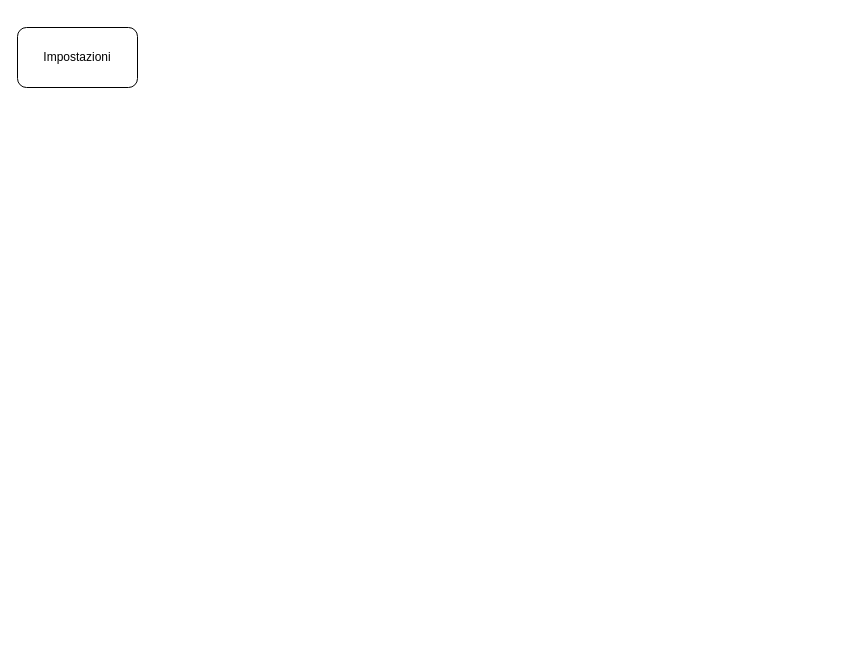
Above: page "Impostazioni" (3 of 5) of Documentazione/Design_architettura.drawio in LuMug/VirtualPainter (draw.io), before the change. Source tidied: cells renumbered, new cells numbered last; positions are measured from the earlier drawing's top-left corner, leaving out a move shared by most shapes. Both pictures are drawn from the tidied source at 100%, with x=0, y=0 at pixel (17, 27).
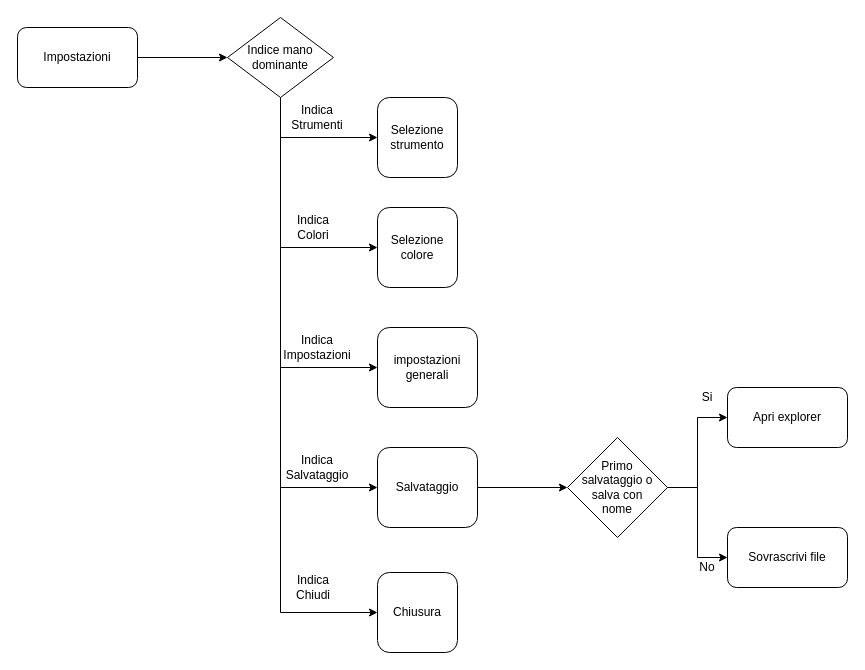
Above is the later version.

The change refers to these unchanged cells:
```xml
<mxCell id="2" value="Impostazioni" style="rounded=1;whiteSpace=wrap;html=1;" parent="1" vertex="1">
  <mxGeometry width="120" height="60" as="geometry" />
</mxCell>
```

What changed in the source:
```diff
@@
+    <mxCell id="3" style="edgeStyle=orthogonalEdgeStyle;rounded=0;jettySize=auto;html=1;entryX=0;entryY=0.5;entryDx=0;entryDy=0;" parent="1" edge="1" source="2" target="9">
+      <mxGeometry relative="1" as="geometry" />
+    </mxCell>
@@
+    <mxCell id="4" style="edgeStyle=orthogonalEdgeStyle;rounded=0;jettySize=auto;html=1;entryX=0;entryY=0.5;entryDx=0;entryDy=0;exitX=0.5;exitY=1;exitDx=0;exitDy=0;" parent="1" edge="1" source="9" target="10">
+      <mxGeometry relative="1" as="geometry" />
+    </mxCell>
+    <mxCell id="5" style="edgeStyle=orthogonalEdgeStyle;rounded=0;jettySize=auto;html=1;entryX=0;entryY=0.5;entryDx=0;entryDy=0;exitX=0.5;exitY=1;exitDx=0;exitDy=0;" parent="1" edge="1" source="9" target="11">
+      <mxGeometry relative="1" as="geometry" />
+    </mxCell>
+    <mxCell id="6" style="edgeStyle=orthogonalEdgeStyle;rounded=0;jettySize=auto;html=1;entryX=0;entryY=0.5;entryDx=0;entryDy=0;" parent="1" edge="1" target="12">
+      <mxGeometry relative="1" as="geometry">
+        <mxPoint x="263" y="80" as="sourcePoint" />
+        <Array as="points">
+          <mxPoint x="263" y="340" />
+        </Array>
+      </mxGeometry>
+    </mxCell>
+    <mxCell id="7" style="edgeStyle=orthogonalEdgeStyle;rounded=0;jettySize=auto;html=1;entryX=0;entryY=0.5;entryDx=0;entryDy=0;exitX=0.5;exitY=1;exitDx=0;exitDy=0;" parent="1" edge="1" source="9" target="14">
+      <mxGeometry relative="1" as="geometry" />
+    </mxCell>
+    <mxCell id="8" style="edgeStyle=orthogonalEdgeStyle;rounded=0;jettySize=auto;html=1;entryX=0;entryY=0.5;entryDx=0;entryDy=0;exitX=0.5;exitY=1;exitDx=0;exitDy=0;" parent="1" edge="1" source="9" target="15">
+      <mxGeometry relative="1" as="geometry" />
+    </mxCell>
+    <mxCell id="9" value="Indice mano dominante" style="rhombus;whiteSpace=wrap;html=1;" parent="1" vertex="1">
+      <mxGeometry x="210" y="-10" width="106" height="80" as="geometry" />
+    </mxCell>
+    <mxCell id="10" value="Selezione strumento" style="rounded=1&#10;;whiteSpace=wrap;html=1;perimeter=rectanglePerimeter;" parent="1" vertex="1">
+      <mxGeometry x="360" y="70" width="80" height="80" as="geometry" />
+    </mxCell>
+    <mxCell id="11" value="Selezione colore" style="rounded=1;whiteSpace=wrap;html=1;" parent="1" vertex="1">
+      <mxGeometry x="360" y="180" width="80" height="80" as="geometry" />
+    </mxCell>
+    <mxCell id="12" value="impostazioni generali" style="rounded=1;whiteSpace=wrap;html=1;" parent="1" vertex="1">
+      <mxGeometry x="360" y="300" width="100" height="80" as="geometry" />
+    </mxCell>
+    <mxCell id="13" style="edgeStyle=orthogonalEdgeStyle;rounded=0;jettySize=auto;html=1;entryX=0;entryY=0.5;entryDx=0;entryDy=0;" parent="1" edge="1" source="14" target="24">
+      <mxGeometry relative="1" as="geometry" />
+    </mxCell>
+    <mxCell id="14" value="Salvataggio" style="rounded=1;whiteSpace=wrap;html=1;" parent="1" vertex="1">
+      <mxGeometry x="360" y="420" width="100" height="80" as="geometry" />
+    </mxCell>
+    <mxCell id="15" value="Chiusura" style="rounded=1;whiteSpace=wrap;html=1;" parent="1" vertex="1">
+      <mxGeometry x="360" y="545" width="80" height="80" as="geometry" />
+    </mxCell>
+    <mxCell id="16" value="Indica Strumenti" style="text;html=1;strokeColor=none;fillColor=none;align=center;verticalAlign=middle;whiteSpace=wrap;rounded=0;" parent="1" vertex="1">
+      <mxGeometry x="280" y="80" width="40" height="20" as="geometry" />
+    </mxCell>
+    <mxCell id="17" value="Indica Colori" style="text;html=1;strokeColor=none;fillColor=none;align=center;verticalAlign=middle;whiteSpace=wrap;rounded=0;" parent="1" vertex="1">
+      <mxGeometry x="276" y="190" width="40" height="20" as="geometry" />
+    </mxCell>
+    <mxCell id="18" value="Indica Impostazioni" style="text;html=1;strokeColor=none;fillColor=none;align=center;verticalAlign=middle;whiteSpace=wrap;rounded=0;" parent="1" vertex="1">
+      <mxGeometry x="280" y="310" width="40" height="20" as="geometry" />
+    </mxCell>
+    <mxCell id="19" style="edgeStyle=orthogonalEdgeStyle;rounded=0;orthogonalLoop=1;jettySize=auto;html=1;exitX=0.5;exitY=1;exitDx=0;exitDy=0;" parent="1" edge="1" source="18" target="18">
+      <mxGeometry relative="1" as="geometry" />
+    </mxCell>
+    <mxCell id="20" value="Indica Salvataggio" style="text;html=1;strokeColor=none;fillColor=none;align=center;verticalAlign=middle;whiteSpace=wrap;rounded=0;" parent="1" vertex="1">
+      <mxGeometry x="280" y="430" width="40" height="20" as="geometry" />
+    </mxCell>
+    <mxCell id="21" value="Indica Chiudi" style="text;html=1;strokeColor=none;fillColor=none;align=center;verticalAlign=middle;whiteSpace=wrap;rounded=0;" parent="1" vertex="1">
+      <mxGeometry x="276" y="550" width="40" height="20" as="geometry" />
+    </mxCell>
+    <mxCell id="22" style="edgeStyle=orthogonalEdgeStyle;rounded=0;jettySize=auto;html=1;entryX=0;entryY=0.5;entryDx=0;entryDy=0;" parent="1" edge="1" source="24" target="25">
+      <mxGeometry relative="1" as="geometry" />
+    </mxCell>
+    <mxCell id="23" style="edgeStyle=orthogonalEdgeStyle;rounded=0;jettySize=auto;html=1;entryX=0;entryY=0.5;entryDx=0;entryDy=0;" parent="1" edge="1" source="24" target="26">
+      <mxGeometry relative="1" as="geometry" />
+    </mxCell>
+    <mxCell id="24" value="Primo &lt;br&gt;salvataggio o salva con &lt;br&gt;nome" style="rhombus;whiteSpace=wrap;html=1;" parent="1" vertex="1">
+      <mxGeometry x="550" y="410" width="100" height="100" as="geometry" />
+    </mxCell>
+    <mxCell id="25" value="Apri explorer" style="rounded=1;whiteSpace=wrap;html=1;" parent="1" vertex="1">
+      <mxGeometry x="710" y="360" width="120" height="60" as="geometry" />
+    </mxCell>
+    <mxCell id="26" value="Sovrascrivi file" style="rounded=1;whiteSpace=wrap;html=1;" parent="1" vertex="1">
+      <mxGeometry x="710" y="500" width="120" height="60" as="geometry" />
+    </mxCell>
+    <mxCell id="27" value="Si" style="text;html=1;strokeColor=none;fillColor=none;align=center;verticalAlign=middle;whiteSpace=wrap;rounded=0;" parent="1" vertex="1">
+      <mxGeometry x="670" y="360" width="40" height="20" as="geometry" />
+    </mxCell>
+    <mxCell id="28" value="No" style="text;html=1;strokeColor=none;fillColor=none;align=center;verticalAlign=middle;whiteSpace=wrap;rounded=0;" parent="1" vertex="1">
+      <mxGeometry x="670" y="530" width="40" height="20" as="geometry" />
+    </mxCell>
```
